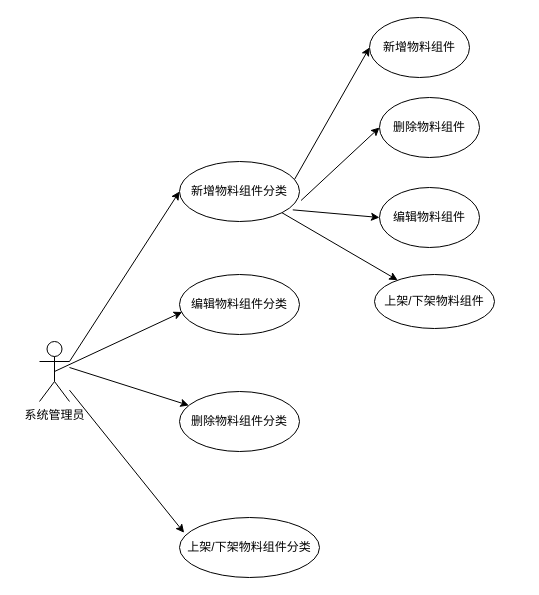
Above: 第三章/物料组件管理用例图.drawio in yuxinyu12345/diagrams (draw.io), before the change. Source tidied: cells renumbered, new cells numbered last; positions are measured from the earlier drawing's top-left corner, leaving out a move shared by most shapes. Both pictures are drawn from the tidied source at 100%, with x=0, y=0 at pixel (39, 17).
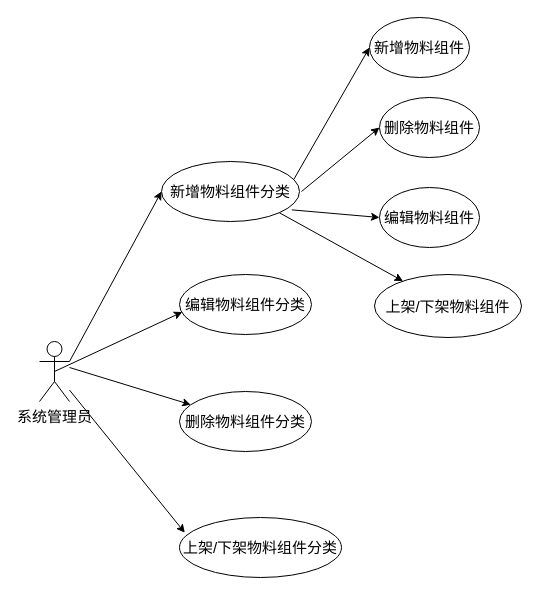
The same diagram, later.

Commit message:
更新物料组件管理用例图.drawio

Change to the diagram source:
```diff
@@
-    <mxCell id="2" value="系统管理员" style="shape=umlActor;verticalLabelPosition=bottom;verticalAlign=top;html=1;outlineConnect=0;" parent="1" vertex="1">
+    <mxCell id="2" value="系统管理员" style="shape=umlActor;verticalLabelPosition=bottom;verticalAlign=top;html=1;outlineConnect=0;fontSize=15;" parent="1" vertex="1">
       <mxGeometry y="324" width="30" height="60" as="geometry" />
     </mxCell>
-    <mxCell id="3" value="新增物料组件分类" style="ellipse;whiteSpace=wrap;html=1;" parent="1" vertex="1">
-      <mxGeometry x="140" y="144" width="120" height="60" as="geometry" />
+    <mxCell id="3" value="新增物料组件分类" style="ellipse;whiteSpace=wrap;html=1;fontSize=15;" parent="1" vertex="1">
+      <mxGeometry x="122" y="144" width="138" height="60" as="geometry" />
     </mxCell>
-    <mxCell id="4" value="编辑物料组件分类" style="ellipse;whiteSpace=wrap;html=1;" parent="1" vertex="1">
-      <mxGeometry x="140" y="257" width="120" height="60" as="geometry" />
+    <mxCell id="4" value="编辑物料组件分类" style="ellipse;whiteSpace=wrap;html=1;fontSize=15;" parent="1" vertex="1">
+      <mxGeometry x="140" y="257" width="132" height="60" as="geometry" />
     </mxCell>
-    <mxCell id="5" value="删除物料组件分类" style="ellipse;whiteSpace=wrap;html=1;" parent="1" vertex="1">
-      <mxGeometry x="140" y="374" width="120" height="60" as="geometry" />
+    <mxCell id="5" value="删除物料组件分类" style="ellipse;whiteSpace=wrap;html=1;fontSize=15;" parent="1" vertex="1">
+      <mxGeometry x="140" y="374" width="132" height="60" as="geometry" />
     </mxCell>
-    <mxCell id="6" value="上架/下架物料组件分类" style="ellipse;whiteSpace=wrap;html=1;" parent="1" vertex="1">
-      <mxGeometry x="140" y="500" width="140" height="60" as="geometry" />
+    <mxCell id="6" value="上架/下架物料组件分类" style="ellipse;whiteSpace=wrap;html=1;fontSize=15;" parent="1" vertex="1">
+      <mxGeometry x="140" y="500" width="162" height="60" as="geometry" />
     </mxCell>
-    <mxCell id="7" style="endArrow=classic;html=1;rounded=0;exitX=1;exitY=0.3333333333333333;exitDx=0;exitDy=0;exitPerimeter=0;entryX=0;entryY=0.5;entryDx=0;entryDy=0;" parent="1" edge="1" source="2" target="3">
+    <mxCell id="7" style="endArrow=classic;html=1;rounded=0;exitX=1;exitY=0.3333333333333333;exitDx=0;exitDy=0;exitPerimeter=0;entryX=0;entryY=0.5;entryDx=0;entryDy=0;fontSize=15;" parent="1" edge="1" source="2" target="3">
       <mxGeometry relative="1" as="geometry" />
     </mxCell>
-    <mxCell id="8" style="endArrow=classic;html=1;rounded=0;exitX=0.5;exitY=0.5;exitDx=0;exitDy=0;exitPerimeter=0;entryX=0.022;entryY=0.625;entryDx=0;entryDy=0;entryPerimeter=0;" parent="1" edge="1" source="2" target="4">
+    <mxCell id="8" style="endArrow=classic;html=1;rounded=0;exitX=0.5;exitY=0.5;exitDx=0;exitDy=0;exitPerimeter=0;entryX=0.022;entryY=0.625;entryDx=0;entryDy=0;entryPerimeter=0;fontSize=15;" parent="1" edge="1" source="2" target="4">
       <mxGeometry relative="1" as="geometry" />
     </mxCell>
-    <mxCell id="9" style="endArrow=classic;html=1;rounded=0;" parent="1" edge="1" target="5">
+    <mxCell id="9" style="endArrow=classic;html=1;rounded=0;fontSize=15;" parent="1" edge="1" target="5">
       <mxGeometry relative="1" as="geometry">
         <mxPoint x="30" y="350" as="sourcePoint" />
       </mxGeometry>
     </mxCell>
-    <mxCell id="10" style="endArrow=classic;html=1;rounded=0;entryX=0.033;entryY=0.254;entryDx=0;entryDy=0;entryPerimeter=0;" parent="1" edge="1" source="2" target="6">
+    <mxCell id="10" style="endArrow=classic;html=1;rounded=0;entryX=0.033;entryY=0.254;entryDx=0;entryDy=0;entryPerimeter=0;fontSize=15;" parent="1" edge="1" source="2" target="6">
       <mxGeometry relative="1" as="geometry" />
     </mxCell>
-    <mxCell id="11" value="新增物料组件" style="ellipse;whiteSpace=wrap;html=1;" parent="1" vertex="1">
+    <mxCell id="11" value="新增物料组件" style="ellipse;whiteSpace=wrap;html=1;fontSize=15;" parent="1" vertex="1">
       <mxGeometry x="330" width="100" height="60" as="geometry" />
     </mxCell>
-    <mxCell id="12" value="删除物料组件" style="ellipse;whiteSpace=wrap;html=1;" parent="1" vertex="1">
+    <mxCell id="12" value="删除物料组件" style="ellipse;whiteSpace=wrap;html=1;fontSize=15;" parent="1" vertex="1">
       <mxGeometry x="340" y="80" width="100" height="60" as="geometry" />
     </mxCell>
-    <mxCell id="13" style="endArrow=classic;html=1;rounded=0;exitX=0.96;exitY=0.294;exitDx=0;exitDy=0;exitPerimeter=0;entryX=0;entryY=0.5;entryDx=0;entryDy=0;" parent="1" edge="1" source="3" target="11">
+    <mxCell id="13" style="endArrow=classic;html=1;rounded=0;exitX=0.96;exitY=0.294;exitDx=0;exitDy=0;exitPerimeter=0;entryX=0;entryY=0.5;entryDx=0;entryDy=0;fontSize=15;" parent="1" edge="1" source="3" target="11">
       <mxGeometry relative="1" as="geometry" />
     </mxCell>
-    <mxCell id="14" style="endArrow=classic;html=1;rounded=0;exitX=1.013;exitY=0.65;exitDx=0;exitDy=0;entryX=0;entryY=0.5;entryDx=0;entryDy=0;exitPerimeter=0;" parent="1" edge="1" source="3" target="12">
-      <mxGeometry relative="1" as="geometry" />
+    <mxCell id="14" style="endArrow=classic;html=1;rounded=0;entryX=0;entryY=0.5;entryDx=0;entryDy=0;fontSize=15;" parent="1" edge="1" target="12">
+      <mxGeometry relative="1" as="geometry">
+        <mxPoint x="262" y="174" as="sourcePoint" />
+      </mxGeometry>
     </mxCell>
-    <mxCell id="15" value="编辑物料组件" style="ellipse;whiteSpace=wrap;html=1;" parent="1" vertex="1">
+    <mxCell id="15" value="编辑物料组件" style="ellipse;whiteSpace=wrap;html=1;fontSize=15;" parent="1" vertex="1">
       <mxGeometry x="340" y="170" width="100" height="60" as="geometry" />
     </mxCell>
-    <mxCell id="16" value="上架/下架物料组件" style="ellipse;whiteSpace=wrap;html=1;" parent="1" vertex="1">
-      <mxGeometry x="335" y="257" width="120" height="54" as="geometry" />
+    <mxCell id="16" value="上架/下架物料组件" style="ellipse;whiteSpace=wrap;html=1;fontSize=15;" parent="1" vertex="1">
+      <mxGeometry x="335" y="257" width="147" height="63" as="geometry" />
     </mxCell>
-    <mxCell id="17" style="endArrow=classic;html=1;rounded=0;exitX=0.944;exitY=0.806;exitDx=0;exitDy=0;entryX=0;entryY=0.5;entryDx=0;entryDy=0;exitPerimeter=0;" parent="1" edge="1" source="3" target="15">
+    <mxCell id="17" style="endArrow=classic;html=1;rounded=0;exitX=0.944;exitY=0.806;exitDx=0;exitDy=0;entryX=0;entryY=0.5;entryDx=0;entryDy=0;exitPerimeter=0;fontSize=15;" parent="1" edge="1" source="3" target="15">
       <mxGeometry relative="1" as="geometry" />
     </mxCell>
-    <mxCell id="18" style="endArrow=classic;html=1;rounded=0;exitX=1;exitY=1;exitDx=0;exitDy=0;" parent="1" edge="1" source="3" target="16">
+    <mxCell id="18" style="endArrow=classic;html=1;rounded=0;exitX=1;exitY=1;exitDx=0;exitDy=0;fontSize=15;" parent="1" edge="1" source="3" target="16">
       <mxGeometry relative="1" as="geometry" />
     </mxCell>
```
